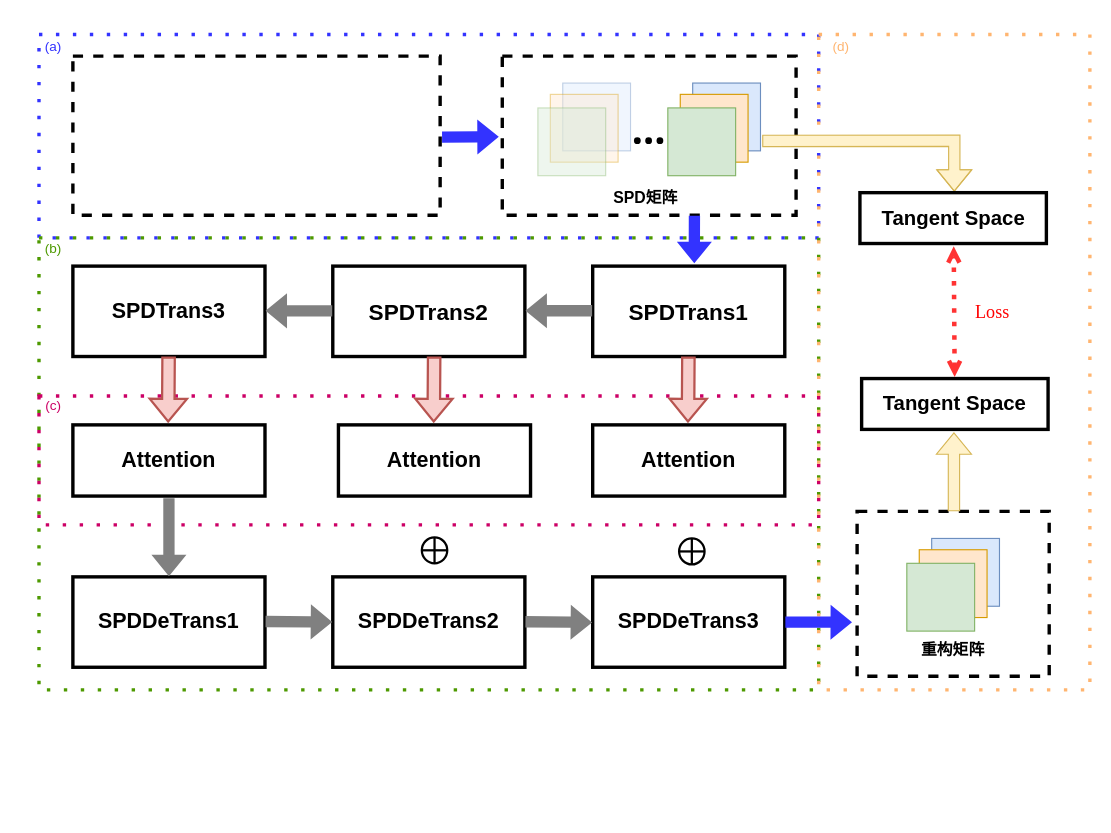
balllightnings/draw keeps this draw.io diagram as page "第 10 页" (10 of 10) of spd.drawio. Above is the earlier version. Source tidied: cells renumbered, new cells numbered last; positions are measured from the earlier drawing's top-left corner, leaving out a move shared by most shapes. Both pictures are drawn from the tidied source at 113%, with x=0, y=0 at pixel (19, 29).
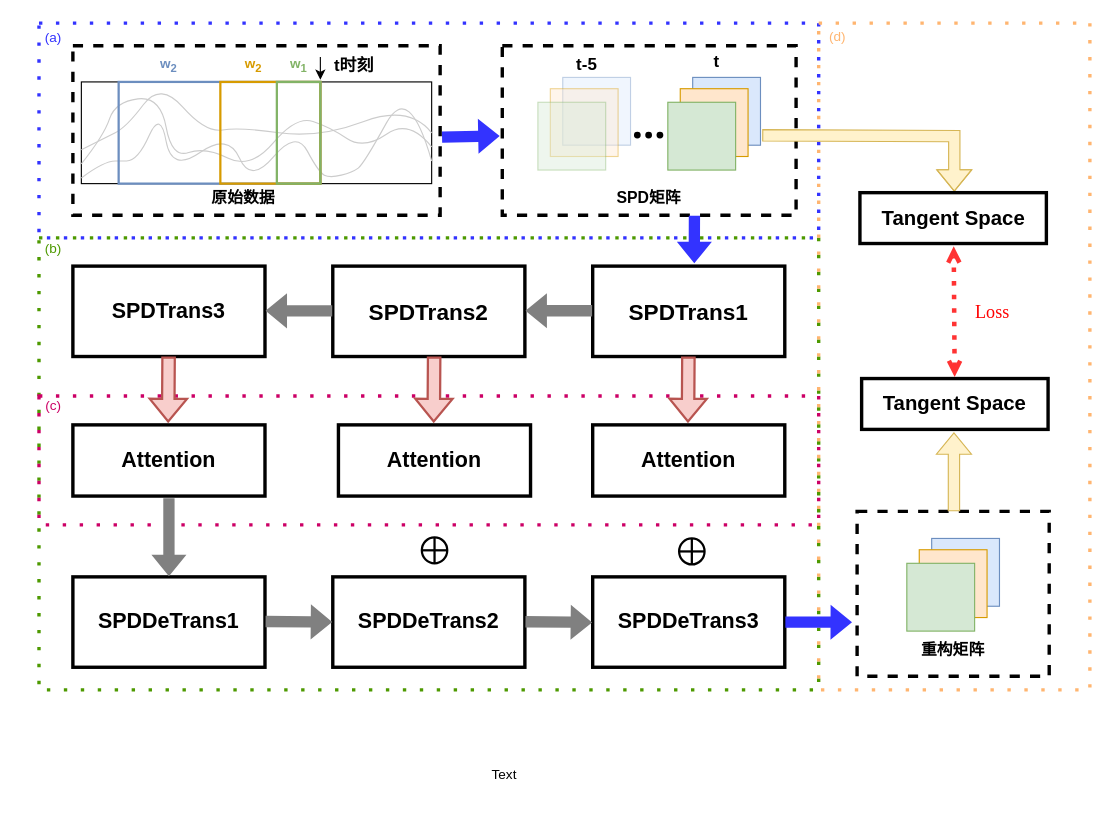
The same diagram, later.

Change to the diagram source:
```diff
@@
     <mxCell id="2" style="rounded=0;whiteSpace=wrap;html=1;fillStyle=auto;strokeColor=#3333FF;fillColor=none;gradientColor=default;dashed=1;strokeWidth=3;dashPattern=1 4;" parent="1" vertex="1">
-      <mxGeometry x="17" y="4" width="690" height="180" as="geometry" />
+      <mxGeometry x="17" y="-6" width="690" height="190" as="geometry" />
     </mxCell>
@@
     <mxCell id="5" style="rounded=0;whiteSpace=wrap;html=1;fillStyle=auto;strokeColor=#FFB570;fillColor=none;gradientColor=default;dashed=1;strokeWidth=3;dashPattern=1 4;" parent="1" vertex="1">
-      <mxGeometry x="707" y="4" width="240" height="580" as="geometry" />
+      <mxGeometry x="707" y="-6" width="240" height="590" as="geometry" />
     </mxCell>
     <mxCell id="6" style="rounded=0;whiteSpace=wrap;html=1;fillStyle=auto;strokeColor=#000000;fillColor=none;gradientColor=default;dashed=1;strokeWidth=3;" parent="1" vertex="1">
-      <mxGeometry x="427" y="23.2" width="260" height="140.8" as="geometry" />
+      <mxGeometry x="427" y="14" width="260" height="150" as="geometry" />
     </mxCell>
     <mxCell id="7" style="whiteSpace=wrap;html=1;strokeColor=#6c8ebf;fontFamily=Times New Roman;fontSize=8.5;fillColor=#dae8fc;" parent="1" vertex="1">
-      <mxGeometry x="595.5" y="47" width="60" height="60" as="geometry" />
+      <mxGeometry x="595.5" y="42" width="60" height="60" as="geometry" />
     </mxCell>
     <mxCell id="8" style="whiteSpace=wrap;html=1;strokeColor=#d79b00;fontFamily=Times New Roman;fontSize=8.5;fillColor=#ffe6cc;" parent="1" vertex="1">
-      <mxGeometry x="584.5" y="57" width="60" height="60" as="geometry" />
+      <mxGeometry x="584.5" y="52" width="60" height="60" as="geometry" />
     </mxCell>
     <mxCell id="9" style="whiteSpace=wrap;html=1;strokeColor=#82b366;fontFamily=Times New Roman;fontSize=8.5;fillColor=#d5e8d4;" parent="1" vertex="1">
-      <mxGeometry x="573.5" y="69" width="60" height="60" as="geometry" />
+      <mxGeometry x="573.5" y="64" width="60" height="60" as="geometry" />
     </mxCell>
     <mxCell id="10" style="whiteSpace=wrap;html=1;strokeColor=#6c8ebf;fontFamily=Times New Roman;fontSize=8.5;fillColor=#dae8fc;opacity=40;" parent="1" vertex="1">
-      <mxGeometry x="480.5" y="47" width="60" height="60" as="geometry" />
+      <mxGeometry x="480.5" y="42" width="60" height="60" as="geometry" />
     </mxCell>
     <mxCell id="11" style="whiteSpace=wrap;html=1;strokeColor=#d79b00;fontFamily=Times New Roman;fontSize=8.5;fillColor=#ffe6cc;opacity=40;" parent="1" vertex="1">
-      <mxGeometry x="469.5" y="57" width="60" height="60" as="geometry" />
+      <mxGeometry x="469.5" y="52" width="60" height="60" as="geometry" />
     </mxCell>
     <mxCell id="12" style="whiteSpace=wrap;html=1;strokeColor=#82b366;fontFamily=Times New Roman;fontSize=8.5;fillColor=#d5e8d4;opacity=40;" parent="1" vertex="1">
-      <mxGeometry x="458.5" y="69" width="60" height="60" as="geometry" />
+      <mxGeometry x="458.5" y="64" width="60" height="60" as="geometry" />
     </mxCell>
     <mxCell id="13" style="rounded=0;whiteSpace=wrap;html=1;fillStyle=auto;strokeColor=#000000;fillColor=none;gradientColor=default;dashed=1;strokeWidth=3;" parent="1" vertex="1">
-      <mxGeometry x="47" y="23.2" width="325" height="140.8" as="geometry" />
+      <mxGeometry x="47" y="14" width="325" height="150" as="geometry" />
     </mxCell>
-    <mxCell id="14" style="shape=flexArrow;endArrow=classic;html=1;rounded=0;fillColor=#3333FF;strokeColor=none;endSize=6;startSize=6;entryX=-0.01;entryY=0.507;entryDx=0;entryDy=0;entryPerimeter=0;" parent="1" edge="1" target="6">
+    <mxCell id="14" style="shape=flexArrow;endArrow=classic;html=1;rounded=0;fillColor=#3333FF;strokeColor=none;endSize=6;startSize=6;entryX=-0.007;entryY=0.532;entryDx=0;entryDy=0;entryPerimeter=0;" parent="1" edge="1" target="6">
       <mxGeometry relative="1" as="geometry">
         <mxPoint x="373.2" y="94.8" as="sourcePoint" />
       </mxGeometry>
     </mxCell>
     <mxCell id="15" style="group;" parent="1" vertex="1">
-      <mxGeometry x="526.5" y="78" width="60" height="40" as="geometry" />
+      <mxGeometry x="526.5" y="73" width="60" height="40" as="geometry" />
     </mxCell>
@@
     <mxCell id="39" value="&lt;font style=&quot;font-size: 14px;&quot;&gt;&lt;b&gt;SPD矩阵&lt;/b&gt;&lt;/font&gt;" style="text;html=1;strokeColor=none;fillColor=none;align=center;verticalAlign=middle;whiteSpace=wrap;rounded=0;" parent="1" vertex="1">
-      <mxGeometry x="523.5" y="134" width="60" height="30" as="geometry" />
+      <mxGeometry x="526.5" y="134" width="60" height="30" as="geometry" />
     </mxCell>
@@
     <mxCell id="46" style="shape=flexArrow;endArrow=classic;html=1;rounded=0;fillColor=#fff2cc;strokeColor=#d6b656;endSize=6;startSize=6;exitX=1.025;exitY=0.854;exitDx=0;exitDy=0;exitPerimeter=0;" parent="1" edge="1" source="7">
       <mxGeometry relative="1" as="geometry">
         <mxPoint x="827" y="143.2" as="targetPoint" />
         <Array as="points">
-          <mxPoint x="827" y="98" />
+          <mxPoint x="827" y="94" />
         </Array>
       </mxGeometry>
     </mxCell>
@@
     <mxCell id="52" value="&lt;font color=&quot;#3333ff&quot;&gt;(a)&lt;/font&gt;" style="text;html=1;strokeColor=none;fillColor=none;align=center;verticalAlign=middle;whiteSpace=wrap;rounded=0;" parent="1" vertex="1">
-      <mxGeometry width="60" height="30" as="geometry" />
+      <mxGeometry y="-8" width="60" height="30" as="geometry" />
     </mxCell>
@@
     <mxCell id="55" value="&lt;font color=&quot;#ffb570&quot;&gt;(d)&lt;/font&gt;" style="text;html=1;strokeColor=none;fillColor=none;align=center;verticalAlign=middle;whiteSpace=wrap;rounded=0;" parent="1" vertex="1">
-      <mxGeometry x="697" width="60" height="30" as="geometry" />
+      <mxGeometry x="694" y="-9" width="60" height="30" as="geometry" />
     </mxCell>
+    <mxCell id="56" style="rounded=0;whiteSpace=wrap;html=1;" parent="1" vertex="1">
+      <mxGeometry x="54.5" y="46" width="310" height="90" as="geometry" />
+    </mxCell>
+    <mxCell id="57" style="curved=1;endArrow=none;html=1;rounded=0;endFill=0;entryX=1;entryY=0.5;entryDx=0;entryDy=0;strokeColor=#CCCCCC;" parent="1" edge="1" target="56">
+      <mxGeometry relative="1" as="geometry">
+        <mxPoint x="54.5" y="106" as="sourcePoint" />
+        <Array as="points">
+          <mxPoint x="74.5" y="96" />
+          <mxPoint x="94.5" y="86" />
+          <mxPoint x="124.5" y="46" />
+          <mxPoint x="164.5" y="91" />
+          <mxPoint x="194.5" y="86" />
+          <mxPoint x="264.5" y="96" />
+          <mxPoint x="344.5" y="66" />
+        </Array>
+      </mxGeometry>
+    </mxCell>
+    <mxCell id="58" style="curved=1;endArrow=none;html=1;rounded=0;endFill=0;entryX=1;entryY=0.5;entryDx=0;entryDy=0;strokeColor=#CCCCCC;" parent="1" edge="1">
+      <mxGeometry relative="1" as="geometry">
+        <mxPoint x="54.5" y="118.5" as="sourcePoint" />
+        <mxPoint x="364.5" y="103.5" as="targetPoint" />
+        <Array as="points">
+          <mxPoint x="74.5" y="93.5" />
+          <mxPoint x="84.5" y="63.5" />
+          <mxPoint x="124.5" y="58.5" />
+          <mxPoint x="134.5" y="113.5" />
+          <mxPoint x="164.5" y="103.5" />
+          <mxPoint x="204.5" y="123.5" />
+          <mxPoint x="244.5" y="76" />
+          <mxPoint x="274.5" y="86" />
+          <mxPoint x="304.5" y="106" />
+          <mxPoint x="344.5" y="78.5" />
+        </Array>
+      </mxGeometry>
+    </mxCell>
+    <mxCell id="59" style="curved=1;endArrow=none;html=1;rounded=0;endFill=0;entryX=1;entryY=0.5;entryDx=0;entryDy=0;strokeColor=#CCCCCC;" parent="1" edge="1">
+      <mxGeometry relative="1" as="geometry">
+        <mxPoint x="54.5" y="131" as="sourcePoint" />
+        <mxPoint x="364.5" y="116" as="targetPoint" />
+        <Array as="points">
+          <mxPoint x="74.5" y="116" />
+          <mxPoint x="94.5" y="116" />
+          <mxPoint x="84.5" y="116" />
+          <mxPoint x="104.5" y="116" />
+          <mxPoint x="124.5" y="71" />
+          <mxPoint x="134.5" y="126" />
+          <mxPoint x="184.5" y="91" />
+          <mxPoint x="204.5" y="136" />
+          <mxPoint x="244.5" y="88.5" />
+          <mxPoint x="264.5" y="126" />
+          <mxPoint x="274.5" y="131" />
+          <mxPoint x="294.5" y="126" />
+          <mxPoint x="304.5" y="118.5" />
+          <mxPoint x="344.5" y="46" />
+        </Array>
+      </mxGeometry>
+    </mxCell>
+    <mxCell id="60" style="rounded=0;whiteSpace=wrap;html=1;fillColor=none;strokeColor=#6c8ebf;strokeWidth=2;" parent="1" vertex="1">
+      <mxGeometry x="87.5" y="46" width="178.5" height="90" as="geometry" />
+    </mxCell>
+    <mxCell id="61" style="rounded=0;whiteSpace=wrap;html=1;fillColor=none;strokeColor=#d79b00;strokeWidth=2;" parent="1" vertex="1">
+      <mxGeometry x="177.5" y="46" width="88.5" height="90" as="geometry" />
+    </mxCell>
+    <mxCell id="62" style="rounded=0;whiteSpace=wrap;html=1;fillColor=none;strokeColor=#82b366;strokeWidth=2;" parent="1" vertex="1">
+      <mxGeometry x="227.5" y="46" width="38.5" height="90" as="geometry" />
+    </mxCell>
+    <mxCell id="63" value="&lt;font size=&quot;1&quot;&gt;&lt;b style=&quot;font-size: 15px;&quot;&gt;t时刻&lt;br&gt;&lt;/b&gt;&lt;/font&gt;" style="text;html=1;strokeColor=none;fillColor=none;align=center;verticalAlign=middle;whiteSpace=wrap;rounded=0;" parent="1" vertex="1">
+      <mxGeometry x="266" y="16" width="60" height="30" as="geometry" />
+    </mxCell>
+    <mxCell id="64" value="Text" style="text;html=1;strokeColor=none;fillColor=none;align=center;verticalAlign=middle;whiteSpace=wrap;rounded=0;" parent="1" vertex="1">
+      <mxGeometry x="398.5" y="624" width="60" height="70" as="geometry" />
+    </mxCell>
+    <mxCell id="65" value="&lt;font size=&quot;1&quot;&gt;&lt;b style=&quot;font-size: 14px;&quot;&gt;原始数据&lt;/b&gt;&lt;/font&gt;" style="text;html=1;strokeColor=none;fillColor=none;align=center;verticalAlign=middle;whiteSpace=wrap;rounded=0;" parent="1" vertex="1">
+      <mxGeometry x="167.5" y="134" width="60" height="30" as="geometry" />
+    </mxCell>
+    <mxCell id="66" value="&lt;font size=&quot;1&quot;&gt;&lt;b style=&quot;font-size: 15px;&quot;&gt;t&lt;/b&gt;&lt;/font&gt;" style="text;html=1;strokeColor=none;fillColor=none;align=center;verticalAlign=middle;whiteSpace=wrap;rounded=0;" parent="1" vertex="1">
+      <mxGeometry x="586.5" y="12" width="60" height="30" as="geometry" />
+    </mxCell>
+    <mxCell id="67" value="&lt;font size=&quot;1&quot;&gt;&lt;b style=&quot;font-size: 15px;&quot;&gt;t-5&lt;/b&gt;&lt;/font&gt;" style="text;html=1;strokeColor=none;fillColor=none;align=center;verticalAlign=middle;whiteSpace=wrap;rounded=0;" parent="1" vertex="1">
+      <mxGeometry x="472" y="15" width="60" height="30" as="geometry" />
+    </mxCell>
+    <mxCell id="68" value="&lt;font style=&quot;font-size: 12px;&quot; color=&quot;#82b366&quot;&gt;&lt;b&gt;w&lt;sub&gt;1&lt;/sub&gt;&lt;/b&gt;&lt;/font&gt;" style="text;html=1;strokeColor=none;fillColor=none;align=center;verticalAlign=middle;whiteSpace=wrap;rounded=0;" parent="1" vertex="1">
+      <mxGeometry x="216.8" y="16" width="60" height="30" as="geometry" />
+    </mxCell>
+    <mxCell id="69" value="&lt;font style=&quot;font-size: 12px;&quot; color=&quot;#d79b00&quot;&gt;&lt;b&gt;w&lt;sub&gt;2&lt;/sub&gt;&lt;/b&gt;&lt;/font&gt;" style="text;html=1;strokeColor=none;fillColor=none;align=center;verticalAlign=middle;whiteSpace=wrap;rounded=0;" parent="1" vertex="1">
+      <mxGeometry x="177" y="16" width="60" height="30" as="geometry" />
+    </mxCell>
+    <mxCell id="70" value="&lt;font style=&quot;font-size: 12px;&quot; color=&quot;#6c8ebf&quot;&gt;&lt;b&gt;w&lt;sub&gt;2&lt;/sub&gt;&lt;/b&gt;&lt;/font&gt;" style="text;html=1;strokeColor=none;fillColor=none;align=center;verticalAlign=middle;whiteSpace=wrap;rounded=0;" parent="1" vertex="1">
+      <mxGeometry x="102" y="16" width="60" height="30" as="geometry" />
+    </mxCell>
+    <mxCell id="71" style="endArrow=classic;html=1;rounded=0;" parent="1" edge="1">
+      <mxGeometry relative="1" as="geometry">
+        <mxPoint x="266" y="24" as="sourcePoint" />
+        <mxPoint x="266" y="44" as="targetPoint" />
+      </mxGeometry>
+    </mxCell>
```
